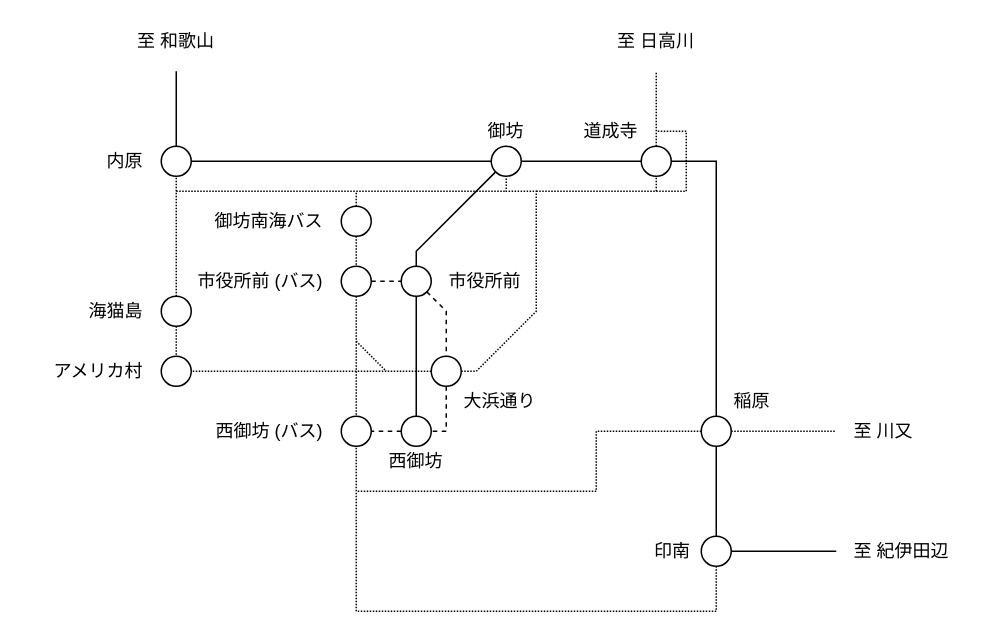
nnm-t/techniques-to-escape-from-dead-end-lines-2 keeps this draw.io diagram as page "御坊～西御坊" (3 of 6) of routes.drawio. Above is the earlier version. Source tidied: cells renumbered, new cells numbered last; positions are measured from the earlier drawing's top-left corner, leaving out a move shared by most shapes. Both pictures are drawn from the tidied source at 150%, with x=0, y=0 at pixel (26, 26).
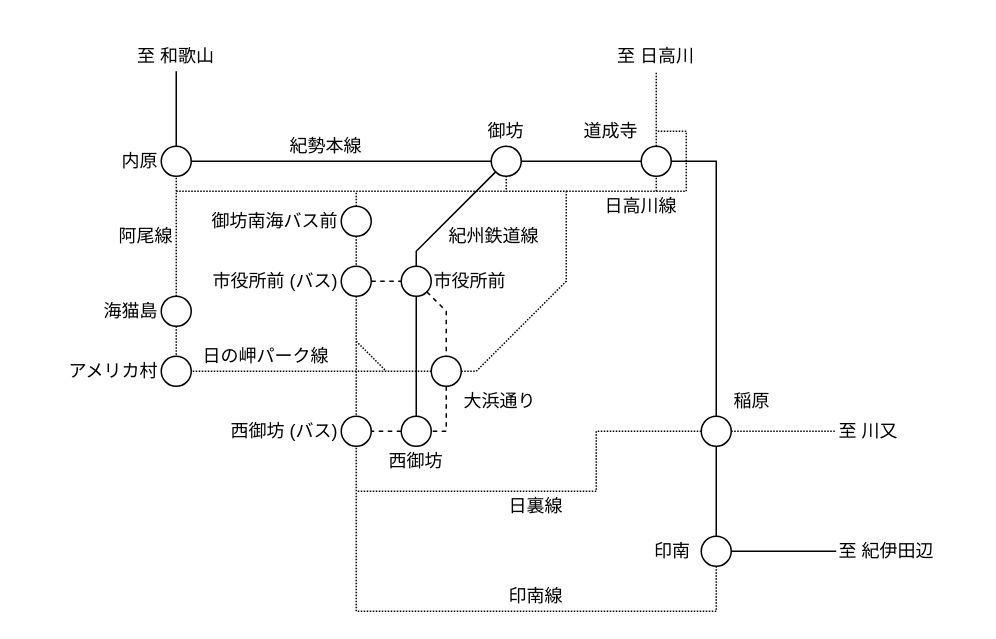
The same page after the edit.

Unchanged cells that the change refers to:
```xml
<mxCell id="5" style="ellipse;whiteSpace=wrap;html=1;" parent="1" vertex="1">
  <mxGeometry x="310" y="80" width="20" height="20" as="geometry" />
</mxCell>
<mxCell id="14" style="ellipse;whiteSpace=wrap;html=1;" parent="1" vertex="1">
  <mxGeometry x="270" y="220" width="20" height="20" as="geometry" />
</mxCell>
```

The edit, as a diff of the source:
```diff
@@
     <mxCell id="11" style="edgeStyle=none;rounded=0;jettySize=auto;html=1;exitX=1;exitY=0.5;exitDx=0;exitDy=0;entryX=0.5;entryY=1;entryDx=0;entryDy=0;dashed=1;endArrow=none;endFill=0;dashPattern=1 1;" parent="1" edge="1" source="14" target="5">
       <mxGeometry relative="1" as="geometry">
         <Array as="points">
           <mxPoint x="300" y="230" />
-          <mxPoint x="340" y="190" />
-          <mxPoint x="340" y="110" />
+          <mxPoint x="360" y="170" />
+          <mxPoint x="360" y="110" />
           <mxPoint x="320" y="110" />
         </Array>
       </mxGeometry>
     </mxCell>
@@
-    <mxCell id="25" value="御坊南海バス" style="text;html=1;strokeColor=none;fillColor=none;align=right;verticalAlign=middle;whiteSpace=wrap;rounded=0;" parent="1" vertex="1">
-      <mxGeometry x="120" y="120" width="80" height="20" as="geometry" />
+    <mxCell id="25" value="御坊南海バス前" style="text;html=1;strokeColor=none;fillColor=none;align=right;verticalAlign=middle;whiteSpace=wrap;rounded=0;" parent="1" vertex="1">
+      <mxGeometry x="110" y="120" width="100" height="20" as="geometry" />
     </mxCell>
     <mxCell id="26" value="市役所前 (バス)" style="text;html=1;strokeColor=none;fillColor=none;align=right;verticalAlign=middle;whiteSpace=wrap;rounded=0;" parent="1" vertex="1">
-      <mxGeometry x="100" y="160" width="100" height="20" as="geometry" />
+      <mxGeometry x="110" y="160" width="100" height="20" as="geometry" />
     </mxCell>
     <mxCell id="27" value="西御坊 (バス)" style="text;html=1;strokeColor=none;fillColor=none;align=right;verticalAlign=middle;whiteSpace=wrap;rounded=0;" parent="1" vertex="1">
-      <mxGeometry x="100" y="260" width="100" height="20" as="geometry" />
+      <mxGeometry x="110" y="260" width="100" height="20" as="geometry" />
     </mxCell>
@@
     <mxCell id="29" value="市役所前" style="text;html=1;strokeColor=none;fillColor=none;align=left;verticalAlign=middle;whiteSpace=wrap;rounded=0;" parent="1" vertex="1">
-      <mxGeometry x="280" y="160" width="60" height="20" as="geometry" />
+      <mxGeometry x="270" y="160" width="60" height="20" as="geometry" />
     </mxCell>
     <mxCell id="30" style="endArrow=none;html=1;rounded=0;dashed=1;dashPattern=1 1;" parent="1" edge="1">
       <mxGeometry relative="1" as="geometry">
-        <mxPoint x="340" y="110" as="sourcePoint" />
+        <mxPoint x="360" y="110" as="sourcePoint" />
         <mxPoint x="420" y="30" as="targetPoint" />
         <Array as="points">
           <mxPoint x="420" y="110" />
         </Array>
       </mxGeometry>
     </mxCell>
     <mxCell id="31" value="至 日高川" style="text;html=1;strokeColor=none;fillColor=none;align=center;verticalAlign=middle;whiteSpace=wrap;rounded=0;" parent="1" vertex="1">
-      <mxGeometry x="390" width="60" height="20" as="geometry" />
+      <mxGeometry x="390" y="10" width="60" height="20" as="geometry" />
     </mxCell>
@@
     <mxCell id="35" value="至 紀伊田辺" style="text;html=1;strokeColor=none;fillColor=none;align=left;verticalAlign=middle;whiteSpace=wrap;rounded=0;" parent="1" vertex="1">
-      <mxGeometry x="550" y="340" width="80" height="20" as="geometry" />
+      <mxGeometry x="540" y="340" width="80" height="20" as="geometry" />
     </mxCell>
@@
     <mxCell id="50" value="至 和歌山" style="text;html=1;strokeColor=none;fillColor=none;align=center;verticalAlign=middle;whiteSpace=wrap;rounded=0;" parent="1" vertex="1">
-      <mxGeometry x="70" width="60" height="20" as="geometry" />
+      <mxGeometry x="70" y="10" width="60" height="20" as="geometry" />
     </mxCell>
     <mxCell id="51" value="海猫島" style="text;html=1;strokeColor=none;fillColor=none;align=right;verticalAlign=middle;whiteSpace=wrap;rounded=0;" parent="1" vertex="1">
-      <mxGeometry x="30" y="180" width="50" height="20" as="geometry" />
+      <mxGeometry x="40" y="180" width="50" height="20" as="geometry" />
     </mxCell>
     <mxCell id="52" value="アメリカ村" style="text;html=1;strokeColor=none;fillColor=none;align=right;verticalAlign=middle;whiteSpace=wrap;rounded=0;" parent="1" vertex="1">
-      <mxGeometry y="220" width="80" height="20" as="geometry" />
+      <mxGeometry x="10" y="220" width="80" height="20" as="geometry" />
     </mxCell>
     <mxCell id="53" value="内原" style="text;html=1;strokeColor=none;fillColor=none;align=right;verticalAlign=middle;whiteSpace=wrap;rounded=0;" parent="1" vertex="1">
-      <mxGeometry x="50" y="80" width="30" height="20" as="geometry" />
+      <mxGeometry x="60" y="80" width="30" height="20" as="geometry" />
     </mxCell>
     <mxCell id="54" value="至 川又" style="text;html=1;strokeColor=none;fillColor=none;align=left;verticalAlign=middle;whiteSpace=wrap;rounded=0;" parent="1" vertex="1">
-      <mxGeometry x="550" y="260" width="60" height="20" as="geometry" />
+      <mxGeometry x="540" y="260" width="60" height="20" as="geometry" />
     </mxCell>
@@
+    <mxCell id="56" value="紀勢本線" style="text;html=1;strokeColor=none;fillColor=none;align=center;verticalAlign=middle;whiteSpace=wrap;rounded=0;" parent="1" vertex="1">
+      <mxGeometry x="170" y="70" width="60" height="20" as="geometry" />
+    </mxCell>
+    <mxCell id="57" value="印南線" style="text;html=1;strokeColor=none;fillColor=none;align=center;verticalAlign=middle;whiteSpace=wrap;rounded=0;" parent="1" vertex="1">
+      <mxGeometry x="310" y="370" width="60" height="20" as="geometry" />
+    </mxCell>
+    <mxCell id="58" value="日裏線" style="text;html=1;strokeColor=none;fillColor=none;align=center;verticalAlign=middle;whiteSpace=wrap;rounded=0;" parent="1" vertex="1">
+      <mxGeometry x="310" y="310" width="60" height="20" as="geometry" />
+    </mxCell>
+    <mxCell id="59" value="日の岬パーク線" style="text;html=1;strokeColor=none;fillColor=none;align=center;verticalAlign=middle;whiteSpace=wrap;rounded=0;" parent="1" vertex="1">
+      <mxGeometry x="110" y="210" width="100" height="20" as="geometry" />
+    </mxCell>
+    <mxCell id="60" value="阿尾線" style="text;html=1;strokeColor=none;fillColor=none;align=right;verticalAlign=middle;whiteSpace=wrap;rounded=0;" parent="1" vertex="1">
+      <mxGeometry x="60" y="130" width="40" height="20" as="geometry" />
+    </mxCell>
+    <mxCell id="61" value="日高川線" style="text;html=1;strokeColor=none;fillColor=none;align=center;verticalAlign=middle;whiteSpace=wrap;rounded=0;" parent="1" vertex="1">
+      <mxGeometry x="380" y="110" width="60" height="20" as="geometry" />
+    </mxCell>
+    <mxCell id="62" value="紀州鉄道線" style="text;html=1;strokeColor=none;fillColor=none;align=left;verticalAlign=middle;whiteSpace=wrap;rounded=0;" parent="1" vertex="1">
+      <mxGeometry x="280" y="130" width="80" height="20" as="geometry" />
+    </mxCell>
```
